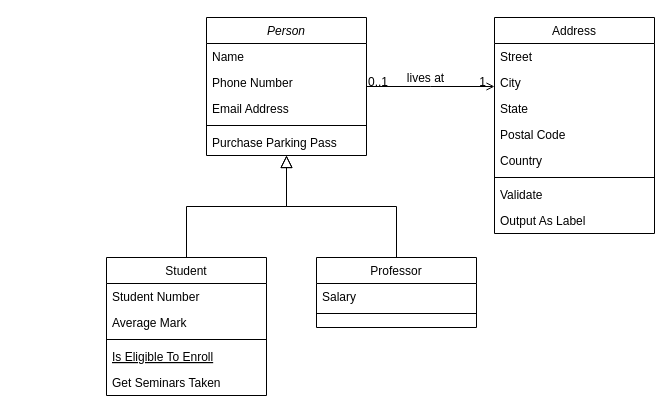
Earlier version of the draw.io diagram class.drawio (irfanshow/UML). Source tidied: cells renumbered, new cells numbered last; positions are measured from the earlier drawing's top-left corner, leaving out a move shared by most shapes. Both pictures are drawn from the tidied source at 100%, with x=0, y=0 at pixel (106, 17).
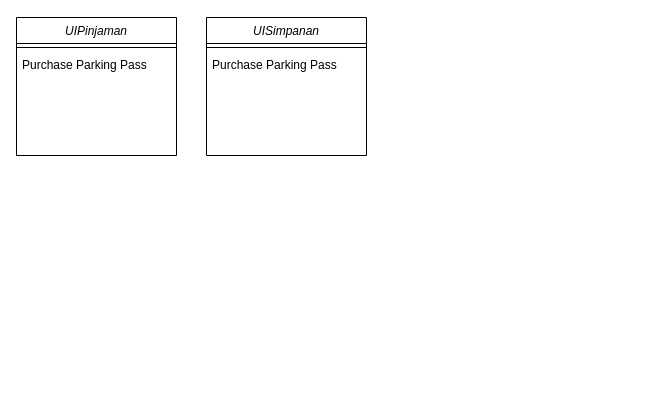
The same diagram, later.

What changed in the source:
```diff
@@
-    <mxCell id="2" value="Person" style="swimlane;fontStyle=2;align=center;verticalAlign=top;horizontal=1;startSize=26;rounded=0;shadow=0;strokeWidth=1;" parent="1" vertex="1">
+    <mxCell id="2" value="UISimpanan" style="swimlane;fontStyle=2;align=center;verticalAlign=top;horizontal=1;startSize=26;rounded=0;shadow=0;strokeWidth=1;" parent="1" vertex="1">
       <mxGeometry x="100" width="160" height="138" as="geometry" />
     </mxCell>
-    <mxCell id="3" value="Name" style="text;align=left;verticalAlign=top;spacingLeft=4;spacingRight=4;overflow=hidden;" parent="2" vertex="1">
-      <mxGeometry y="26" width="160" height="26" as="geometry" />
-    </mxCell>
-    <mxCell id="4" value="Phone Number" style="text;align=left;verticalAlign=top;spacingLeft=4;spacingRight=4;overflow=hidden;rounded=0;shadow=0;html=0;" parent="2" vertex="1">
-      <mxGeometry y="52" width="160" height="26" as="geometry" />
-    </mxCell>
-    <mxCell id="5" value="Email Address" style="text;align=left;verticalAlign=top;spacingLeft=4;spacingRight=4;overflow=hidden;rounded=0;shadow=0;html=0;" parent="2" vertex="1">
-      <mxGeometry y="78" width="160" height="26" as="geometry" />
-    </mxCell>
     <mxCell id="6" style="line;html=1;strokeWidth=1;align=left;verticalAlign=middle;spacingTop=-1;spacingLeft=3;spacingRight=3;labelPosition=right;" parent="2" vertex="1">
-      <mxGeometry y="104" width="160" height="8" as="geometry" />
+      <mxGeometry y="26" width="160" height="8" as="geometry" />
     </mxCell>
     <mxCell id="7" value="Purchase Parking Pass" style="text;align=left;verticalAlign=top;spacingLeft=4;spacingRight=4;overflow=hidden;" parent="2" vertex="1">
-      <mxGeometry y="112" width="160" height="26" as="geometry" />
+      <mxGeometry y="34" width="160" height="26" as="geometry" />
     </mxCell>
-    <mxCell id="8" value="Student" style="swimlane;fontStyle=0;align=center;verticalAlign=top;horizontal=1;startSize=26;rounded=0;shadow=0;strokeWidth=1;" parent="1" vertex="1">
-      <mxGeometry y="240" width="160" height="138" as="geometry" />
-    </mxCell>
-    <mxCell id="9" value="Student Number" style="text;align=left;verticalAlign=top;spacingLeft=4;spacingRight=4;overflow=hidden;" parent="8" vertex="1">
-      <mxGeometry y="26" width="160" height="26" as="geometry" />
-    </mxCell>
-    <mxCell id="10" value="Average Mark" style="text;align=left;verticalAlign=top;spacingLeft=4;spacingRight=4;overflow=hidden;rounded=0;shadow=0;html=0;" parent="8" vertex="1">
-      <mxGeometry y="52" width="160" height="26" as="geometry" />
-    </mxCell>
-    <mxCell id="11" style="line;html=1;strokeWidth=1;align=left;verticalAlign=middle;spacingTop=-1;spacingLeft=3;spacingRight=3;labelPosition=right;" parent="8" vertex="1">
-      <mxGeometry y="78" width="160" height="8" as="geometry" />
-    </mxCell>
-    <mxCell id="12" value="Is Eligible To Enroll" style="text;align=left;verticalAlign=top;spacingLeft=4;spacingRight=4;overflow=hidden;fontStyle=4;" parent="8" vertex="1">
-      <mxGeometry y="86" width="160" height="26" as="geometry" />
-    </mxCell>
-    <mxCell id="13" value="Get Seminars Taken" style="text;align=left;verticalAlign=top;spacingLeft=4;spacingRight=4;overflow=hidden;" parent="8" vertex="1">
-      <mxGeometry y="112" width="160" height="26" as="geometry" />
-    </mxCell>
-    <mxCell id="14" style="endArrow=block;endSize=10;endFill=0;shadow=0;strokeWidth=1;rounded=0;edgeStyle=elbowEdgeStyle;elbow=vertical;" parent="1" edge="1" source="8" target="2">
-      <mxGeometry relative="1" as="geometry" />
-    </mxCell>
-    <mxCell id="15" value="Professor" style="swimlane;fontStyle=0;align=center;verticalAlign=top;horizontal=1;startSize=26;rounded=0;shadow=0;strokeWidth=1;" parent="1" vertex="1">
-      <mxGeometry x="210" y="240" width="160" height="70" as="geometry" />
-    </mxCell>
-    <mxCell id="16" value="Salary" style="text;align=left;verticalAlign=top;spacingLeft=4;spacingRight=4;overflow=hidden;" parent="15" vertex="1">
-      <mxGeometry y="26" width="160" height="26" as="geometry" />
-    </mxCell>
-    <mxCell id="17" style="line;html=1;strokeWidth=1;align=left;verticalAlign=middle;spacingTop=-1;spacingLeft=3;spacingRight=3;labelPosition=right;" parent="15" vertex="1">
-      <mxGeometry y="52" width="160" height="8" as="geometry" />
-    </mxCell>
-    <mxCell id="18" style="endArrow=block;endSize=10;endFill=0;shadow=0;strokeWidth=1;rounded=0;edgeStyle=elbowEdgeStyle;elbow=vertical;" parent="1" edge="1" source="15" target="2">
-      <mxGeometry relative="1" as="geometry" />
-    </mxCell>
-    <mxCell id="19" value="Address" style="swimlane;fontStyle=0;align=center;verticalAlign=top;horizontal=1;startSize=26;rounded=0;shadow=0;strokeWidth=1;" parent="1" vertex="1">
-      <mxGeometry x="388" width="160" height="216" as="geometry" />
-    </mxCell>
-    <mxCell id="20" value="Street" style="text;align=left;verticalAlign=top;spacingLeft=4;spacingRight=4;overflow=hidden;" parent="19" vertex="1">
-      <mxGeometry y="26" width="160" height="26" as="geometry" />
-    </mxCell>
-    <mxCell id="21" value="City" style="text;align=left;verticalAlign=top;spacingLeft=4;spacingRight=4;overflow=hidden;rounded=0;shadow=0;html=0;" parent="19" vertex="1">
-      <mxGeometry y="52" width="160" height="26" as="geometry" />
-    </mxCell>
-    <mxCell id="22" value="State" style="text;align=left;verticalAlign=top;spacingLeft=4;spacingRight=4;overflow=hidden;rounded=0;shadow=0;html=0;" parent="19" vertex="1">
-      <mxGeometry y="78" width="160" height="26" as="geometry" />
-    </mxCell>
-    <mxCell id="23" value="Postal Code" style="text;align=left;verticalAlign=top;spacingLeft=4;spacingRight=4;overflow=hidden;rounded=0;shadow=0;html=0;" parent="19" vertex="1">
-      <mxGeometry y="104" width="160" height="26" as="geometry" />
-    </mxCell>
-    <mxCell id="24" value="Country" style="text;align=left;verticalAlign=top;spacingLeft=4;spacingRight=4;overflow=hidden;rounded=0;shadow=0;html=0;" parent="19" vertex="1">
-      <mxGeometry y="130" width="160" height="26" as="geometry" />
-    </mxCell>
-    <mxCell id="25" style="line;html=1;strokeWidth=1;align=left;verticalAlign=middle;spacingTop=-1;spacingLeft=3;spacingRight=3;labelPosition=right;" parent="19" vertex="1">
-      <mxGeometry y="156" width="160" height="8" as="geometry" />
-    </mxCell>
-    <mxCell id="26" value="Validate" style="text;align=left;verticalAlign=top;spacingLeft=4;spacingRight=4;overflow=hidden;" parent="19" vertex="1">
-      <mxGeometry y="164" width="160" height="26" as="geometry" />
-    </mxCell>
-    <mxCell id="27" value="Output As Label" style="text;align=left;verticalAlign=top;spacingLeft=4;spacingRight=4;overflow=hidden;" parent="19" vertex="1">
-      <mxGeometry y="190" width="160" height="26" as="geometry" />
-    </mxCell>
-    <mxCell id="28" style="endArrow=open;shadow=0;strokeWidth=1;rounded=0;endFill=1;edgeStyle=elbowEdgeStyle;elbow=vertical;" parent="1" edge="1" source="2" target="19">
-      <mxGeometry x="0.5" y="41" relative="1" as="geometry">
-        <mxPoint x="-40" y="32" as="offset" />
-      </mxGeometry>
-    </mxCell>
-    <mxCell id="29" value="0..1" style="align=left;verticalAlign=bottom;labelBackgroundColor=none;fontSize=12;" parent="28" vertex="1">
-      <mxGeometry x="-1" relative="1" as="geometry">
-        <mxPoint y="4" as="offset" />
-      </mxGeometry>
-    </mxCell>
-    <mxCell id="30" value="1" style="align=right;verticalAlign=bottom;labelBackgroundColor=none;fontSize=12;" parent="28" vertex="1">
-      <mxGeometry x="1" relative="1" as="geometry">
-        <mxPoint x="-7" y="4" as="offset" />
-      </mxGeometry>
-    </mxCell>
-    <mxCell id="31" value="lives at" style="text;html=1;align=center;verticalAlign=middle;labelBackgroundColor=none;rounded=0;shadow=0;strokeWidth=1;fontSize=12;" parent="28" vertex="1">
-      <mxGeometry x="0.5" y="49" relative="1" as="geometry">
-        <mxPoint x="-38" y="40" as="offset" />
-      </mxGeometry>
-    </mxCell>
+    <mxCell id="32" value="UIPinjaman" style="swimlane;fontStyle=2;align=center;verticalAlign=top;horizontal=1;startSize=26;rounded=0;shadow=0;strokeWidth=1;" parent="1" vertex="1">
+      <mxGeometry x="-90" width="160" height="138" as="geometry" />
+    </mxCell>
+    <mxCell id="33" style="line;html=1;strokeWidth=1;align=left;verticalAlign=middle;spacingTop=-1;spacingLeft=3;spacingRight=3;labelPosition=right;" parent="32" vertex="1">
+      <mxGeometry y="26" width="160" height="8" as="geometry" />
+    </mxCell>
+    <mxCell id="34" value="Purchase Parking Pass" style="text;align=left;verticalAlign=top;spacingLeft=4;spacingRight=4;overflow=hidden;" parent="32" vertex="1">
+      <mxGeometry y="34" width="160" height="26" as="geometry" />
+    </mxCell>
```
